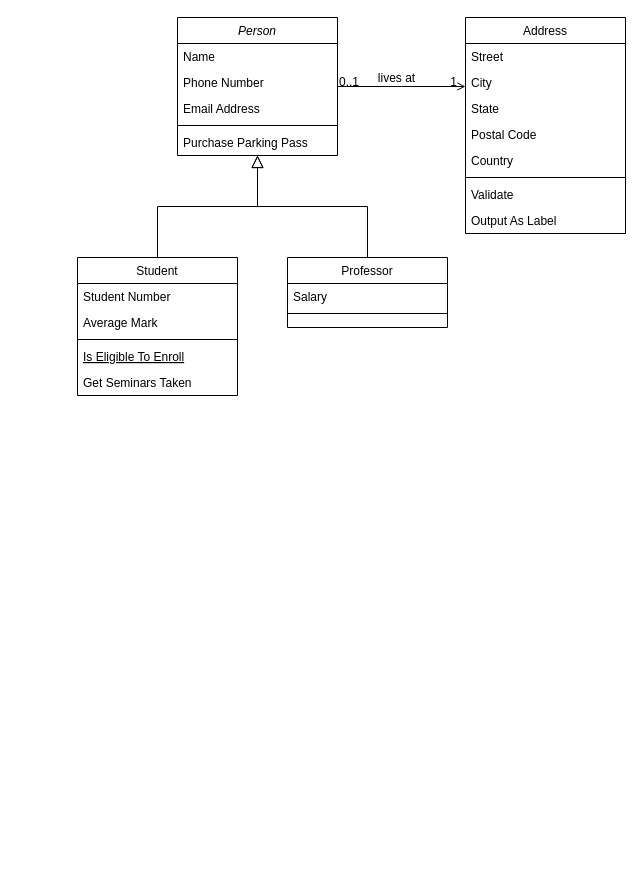
This is 前端监控类图.drawio from FelixTt/repositoryForDraw.io, a draw.io file, before an edit. Source tidied: cells renumbered, new cells numbered last; positions are measured from the earlier drawing's top-left corner, leaving out a move shared by most shapes. Both pictures are drawn from the tidied source at 100%, with x=0, y=0 at pixel (77, 17).
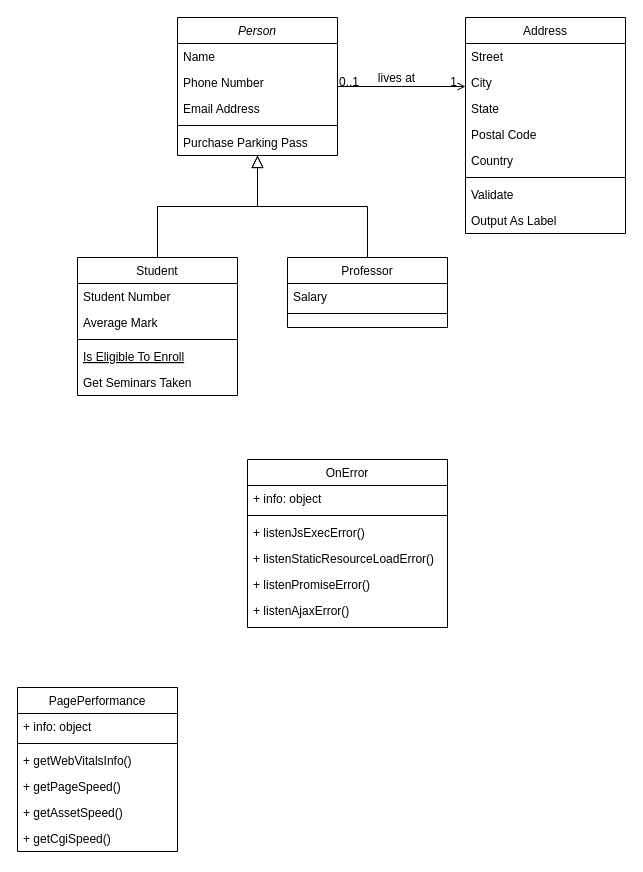
Above is the later version.

Commit message (it also covers changes not shown here):
更新前端监控类图.drawio

Change to the diagram source:
```diff
@@
+    <mxCell id="32" value="OnError" style="swimlane;fontStyle=0;align=center;verticalAlign=top;horizontal=1;startSize=26;rounded=0;shadow=0;strokeWidth=1;" parent="1" vertex="1">
+      <mxGeometry x="170" y="442" width="200" height="168" as="geometry" />
+    </mxCell>
+    <mxCell id="33" value="+ info: object" style="text;align=left;verticalAlign=top;spacingLeft=4;spacingRight=4;overflow=hidden;" parent="32" vertex="1">
+      <mxGeometry y="26" width="200" height="26" as="geometry" />
+    </mxCell>
+    <mxCell id="34" style="line;html=1;strokeWidth=1;align=left;verticalAlign=middle;spacingTop=-1;spacingLeft=3;spacingRight=3;labelPosition=right;" parent="32" vertex="1">
+      <mxGeometry y="52" width="200" height="8" as="geometry" />
+    </mxCell>
+    <mxCell id="35" value="+ listenJsExecError()" style="text;align=left;verticalAlign=top;spacingLeft=4;spacingRight=4;overflow=hidden;" parent="32" vertex="1">
+      <mxGeometry y="60" width="200" height="26" as="geometry" />
+    </mxCell>
+    <mxCell id="36" value="+ listenStaticResourceLoadError()" style="text;align=left;verticalAlign=top;spacingLeft=4;spacingRight=4;overflow=hidden;rounded=0;shadow=0;html=0;" parent="32" vertex="1">
+      <mxGeometry y="86" width="200" height="26" as="geometry" />
+    </mxCell>
+    <mxCell id="37" value="+ listenPromiseError()" style="text;align=left;verticalAlign=top;spacingLeft=4;spacingRight=4;overflow=hidden;rounded=0;shadow=0;html=0;" parent="32" vertex="1">
+      <mxGeometry y="112" width="200" height="26" as="geometry" />
+    </mxCell>
+    <mxCell id="38" value="+ listenAjaxError()" style="text;align=left;verticalAlign=top;spacingLeft=4;spacingRight=4;overflow=hidden;rounded=0;shadow=0;html=0;" parent="32" vertex="1">
+      <mxGeometry y="138" width="200" height="26" as="geometry" />
+    </mxCell>
+    <mxCell id="39" value="PagePerformance" style="swimlane;fontStyle=0;align=center;verticalAlign=top;horizontal=1;startSize=26;rounded=0;shadow=0;strokeWidth=1;" parent="1" vertex="1">
+      <mxGeometry x="-60" y="670" width="160" height="164" as="geometry" />
+    </mxCell>
+    <mxCell id="40" value="+ info: object" style="text;align=left;verticalAlign=top;spacingLeft=4;spacingRight=4;overflow=hidden;" parent="39" vertex="1">
+      <mxGeometry y="26" width="160" height="26" as="geometry" />
+    </mxCell>
+    <mxCell id="41" style="line;html=1;strokeWidth=1;align=left;verticalAlign=middle;spacingTop=-1;spacingLeft=3;spacingRight=3;labelPosition=right;" parent="39" vertex="1">
+      <mxGeometry y="52" width="160" height="8" as="geometry" />
+    </mxCell>
+    <mxCell id="42" value="+ getWebVitalsInfo()" style="text;align=left;verticalAlign=top;spacingLeft=4;spacingRight=4;overflow=hidden;rounded=0;shadow=0;html=0;" parent="39" vertex="1">
+      <mxGeometry y="60" width="160" height="26" as="geometry" />
+    </mxCell>
+    <mxCell id="43" value="+ getPageSpeed()" style="text;align=left;verticalAlign=top;spacingLeft=4;spacingRight=4;overflow=hidden;rounded=0;shadow=0;html=0;" parent="39" vertex="1">
+      <mxGeometry y="86" width="160" height="26" as="geometry" />
+    </mxCell>
+    <mxCell id="44" value="+ getAssetSpeed()" style="text;align=left;verticalAlign=top;spacingLeft=4;spacingRight=4;overflow=hidden;" parent="39" vertex="1">
+      <mxGeometry y="112" width="160" height="26" as="geometry" />
+    </mxCell>
+    <mxCell id="45" value="+ getCgiSpeed()" style="text;align=left;verticalAlign=top;spacingLeft=4;spacingRight=4;overflow=hidden;rounded=0;shadow=0;html=0;" parent="39" vertex="1">
+      <mxGeometry y="138" width="160" height="26" as="geometry" />
+    </mxCell>
```
